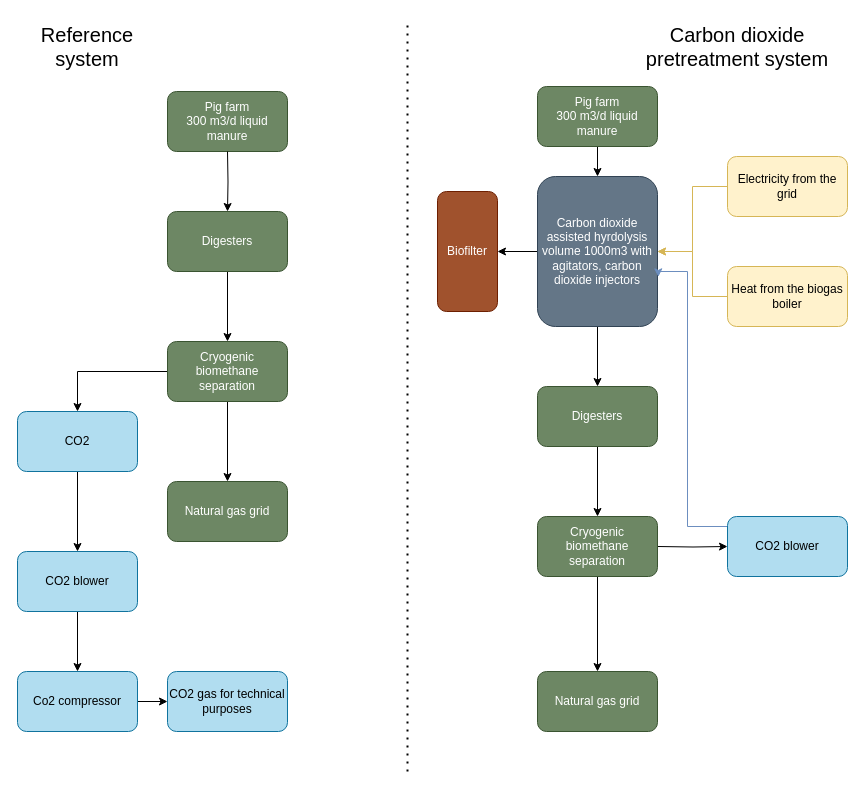
BroniusZ/fsfdfd keeps this draw.io diagram as Untitled Diagram.drawio. Above is the earlier version. Source tidied: cells renumbered, new cells numbered last; positions are measured from the earlier drawing's top-left corner, leaving out a move shared by most shapes. Both pictures are drawn from the tidied source at 100%, with x=0, y=0 at pixel (17, 21).
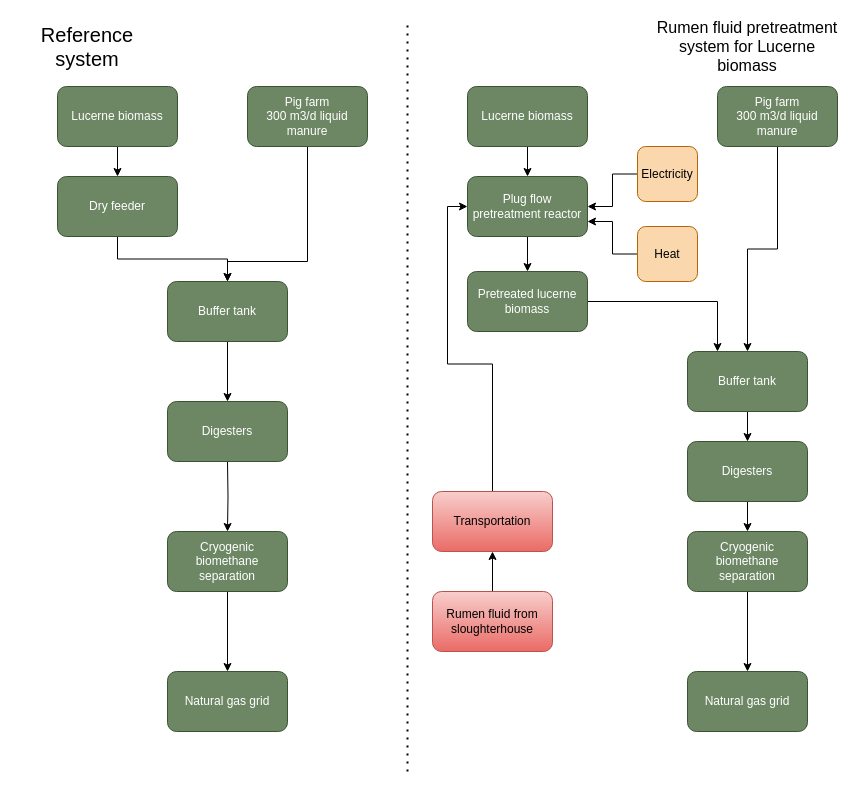
After the change.

Change to the diagram source:
```diff
@@
-    <mxCell id="2" style="edgeStyle=orthogonalEdgeStyle;rounded=0;jettySize=auto;html=1;" parent="1" edge="1" source="3" target="6">
-      <mxGeometry relative="1" as="geometry" />
-    </mxCell>
-    <mxCell id="3" value="Pig farm&lt;br&gt;300 m3/d liquid manure" style="rounded=1;whiteSpace=wrap;html=1;fillColor=#6d8764;fontColor=#ffffff;strokeColor=#3A5431;" parent="1" vertex="1">
-      <mxGeometry x="520" y="65" width="120" height="60" as="geometry" />
-    </mxCell>
-    <mxCell id="4" style="edgeStyle=orthogonalEdgeStyle;rounded=0;jettySize=auto;html=1;" parent="1" edge="1" source="6" target="8">
-      <mxGeometry relative="1" as="geometry" />
-    </mxCell>
-    <mxCell id="5" style="edgeStyle=orthogonalEdgeStyle;rounded=0;jettySize=auto;html=1;" parent="1" edge="1" source="6" target="19">
-      <mxGeometry relative="1" as="geometry" />
-    </mxCell>
-    <mxCell id="6" value="Carbon dioxide assisted hyrdolysis volume 1000m3 with agitators, carbon dioxide injectors" style="rounded=1;whiteSpace=wrap;html=1;fillColor=#647687;fontColor=#ffffff;strokeColor=#314354;" parent="1" vertex="1">
-      <mxGeometry x="520" y="155" width="120" height="150" as="geometry" />
-    </mxCell>
-    <mxCell id="7" style="edgeStyle=orthogonalEdgeStyle;rounded=0;jettySize=auto;html=1;" parent="1" edge="1" source="8" target="12">
-      <mxGeometry relative="1" as="geometry" />
-    </mxCell>
-    <mxCell id="8" value="Digesters" style="rounded=1;whiteSpace=wrap;html=1;fillColor=#6d8764;fontColor=#ffffff;strokeColor=#3A5431;" parent="1" vertex="1">
-      <mxGeometry x="520" y="365" width="120" height="60" as="geometry" />
-    </mxCell>
-    <mxCell id="9" style="edgeStyle=orthogonalEdgeStyle;rounded=0;jettySize=auto;html=1;entryX=1.007;entryY=0.669;entryDx=0;entryDy=0;fillColor=#dae8fc;strokeColor=#6c8ebf;entryPerimeter=0;exitX=0;exitY=0.75;exitDx=0;exitDy=0;" parent="1" edge="1" source="18" target="6">
-      <mxGeometry relative="1" as="geometry">
-        <Array as="points">
-          <mxPoint x="710" y="505" />
-          <mxPoint x="670" y="505" />
-          <mxPoint x="670" y="250" />
-          <mxPoint x="641" y="250" />
-        </Array>
-      </mxGeometry>
-    </mxCell>
-    <mxCell id="10" style="edgeStyle=orthogonalEdgeStyle;rounded=0;jettySize=auto;html=1;" parent="1" edge="1" source="12" target="13">
-      <mxGeometry relative="1" as="geometry" />
-    </mxCell>
-    <mxCell id="11" style="edgeStyle=orthogonalEdgeStyle;rounded=0;jettySize=auto;html=1;" parent="1" edge="1" target="18">
-      <mxGeometry relative="1" as="geometry">
-        <mxPoint x="640" y="525" as="sourcePoint" />
-      </mxGeometry>
-    </mxCell>
-    <mxCell id="12" value="Cryogenic biomethane separation" style="rounded=1;whiteSpace=wrap;html=1;fillColor=#6d8764;fontColor=#ffffff;strokeColor=#3A5431;" parent="1" vertex="1">
-      <mxGeometry x="520" y="495" width="120" height="60" as="geometry" />
-    </mxCell>
-    <mxCell id="13" value="Natural gas grid" style="whiteSpace=wrap;html=1;rounded=1;fillColor=#6d8764;fontColor=#ffffff;strokeColor=#3A5431;" parent="1" vertex="1">
-      <mxGeometry x="520" y="650" width="120" height="60" as="geometry" />
-    </mxCell>
-    <mxCell id="14" style="edgeStyle=orthogonalEdgeStyle;rounded=0;jettySize=auto;html=1;fillColor=#fff2cc;strokeColor=#d6b656;" parent="1" edge="1" source="15" target="6">
-      <mxGeometry relative="1" as="geometry" />
-    </mxCell>
-    <mxCell id="15" value="Electricity from the grid" style="whiteSpace=wrap;html=1;rounded=1;fillColor=#fff2cc;strokeColor=#d6b656;" parent="1" vertex="1">
-      <mxGeometry x="710" y="135" width="120" height="60" as="geometry" />
-    </mxCell>
-    <mxCell id="16" style="edgeStyle=orthogonalEdgeStyle;rounded=0;jettySize=auto;html=1;fillColor=#fff2cc;strokeColor=#d6b656;" parent="1" edge="1" source="17" target="6">
-      <mxGeometry relative="1" as="geometry" />
-    </mxCell>
-    <mxCell id="17" value="Heat from the biogas boiler" style="whiteSpace=wrap;html=1;rounded=1;fillColor=#fff2cc;strokeColor=#d6b656;" parent="1" vertex="1">
-      <mxGeometry x="710" y="245" width="120" height="60" as="geometry" />
-    </mxCell>
-    <mxCell id="18" value="CO2 blower" style="rounded=1;whiteSpace=wrap;html=1;fillColor=#b1ddf0;strokeColor=#10739e;" parent="1" vertex="1">
-      <mxGeometry x="710" y="495" width="120" height="60" as="geometry" />
-    </mxCell>
-    <mxCell id="19" value="Biofilter" style="rounded=1;whiteSpace=wrap;html=1;fillColor=#a0522d;fontColor=#ffffff;strokeColor=#6D1F00;" parent="1" vertex="1">
-      <mxGeometry x="420" y="170" width="60" height="120" as="geometry" />
-    </mxCell>
+    <mxCell id="38" style="edgeStyle=orthogonalEdgeStyle;rounded=0;jettySize=auto;html=1;entryX=0.5;entryY=0;entryDx=0;entryDy=0;" parent="1" edge="1" source="20" target="40">
+      <mxGeometry relative="1" as="geometry">
+        <Array as="points">
+          <mxPoint x="290" y="240" />
+          <mxPoint x="210" y="240" />
+        </Array>
+      </mxGeometry>
+    </mxCell>
     <mxCell id="20" value="Pig farm&lt;br&gt;300 m3/d liquid manure" style="rounded=1;whiteSpace=wrap;html=1;fillColor=#6d8764;fontColor=#ffffff;strokeColor=#3A5431;" parent="1" vertex="1">
-      <mxGeometry x="150" y="70" width="120" height="60" as="geometry" />
+      <mxGeometry x="230" y="65" width="120" height="60" as="geometry" />
     </mxCell>
-    <mxCell id="21" style="edgeStyle=orthogonalEdgeStyle;rounded=0;jettySize=auto;html=1;" parent="1" edge="1" target="23">
-      <mxGeometry relative="1" as="geometry">
-        <mxPoint x="210" y="130" as="sourcePoint" />
-      </mxGeometry>
-    </mxCell>
-    <mxCell id="22" style="edgeStyle=orthogonalEdgeStyle;rounded=0;jettySize=auto;html=1;" parent="1" edge="1" source="23" target="26">
-      <mxGeometry relative="1" as="geometry" />
+    <mxCell id="22" style="edgeStyle=orthogonalEdgeStyle;rounded=0;jettySize=auto;html=1;" parent="1" edge="1" target="26">
+      <mxGeometry relative="1" as="geometry">
+        <mxPoint x="210" y="440" as="sourcePoint" />
+      </mxGeometry>
     </mxCell>
     <mxCell id="23" value="Digesters" style="rounded=1;whiteSpace=wrap;html=1;fillColor=#6d8764;fontColor=#ffffff;strokeColor=#3A5431;" parent="1" vertex="1">
-      <mxGeometry x="150" y="190" width="120" height="60" as="geometry" />
+      <mxGeometry x="150" y="380" width="120" height="60" as="geometry" />
     </mxCell>
@@
-    <mxCell id="25" style="edgeStyle=orthogonalEdgeStyle;rounded=0;jettySize=auto;html=1;" parent="1" edge="1" source="26" target="32">
-      <mxGeometry relative="1" as="geometry" />
-    </mxCell>
     <mxCell id="26" value="Cryogenic biomethane separation" style="rounded=1;whiteSpace=wrap;html=1;fillColor=#6d8764;fontColor=#ffffff;strokeColor=#3A5431;" parent="1" vertex="1">
-      <mxGeometry x="150" y="320" width="120" height="60" as="geometry" />
+      <mxGeometry x="150" y="510" width="120" height="60" as="geometry" />
     </mxCell>
     <mxCell id="27" value="Natural gas grid" style="whiteSpace=wrap;html=1;rounded=1;fillColor=#6d8764;fontColor=#ffffff;strokeColor=#3A5431;" parent="1" vertex="1">
-      <mxGeometry x="150" y="460" width="120" height="60" as="geometry" />
+      <mxGeometry x="150" y="650" width="120" height="60" as="geometry" />
     </mxCell>
@@
-    <mxCell id="30" value="Carbon dioxide pretreatment system" style="text;html=1;strokeColor=none;fillColor=none;align=center;verticalAlign=middle;whiteSpace=wrap;rounded=0;fontSize=20;" parent="1" vertex="1">
-      <mxGeometry x="620" y="10" width="200" height="30" as="geometry" />
+    <mxCell id="30" value="Rumen fluid pretreatment system for Lucerne biomass&lt;br style=&quot;font-size: 16px;&quot;&gt;" style="text;html=1;strokeColor=none;fillColor=none;align=center;verticalAlign=middle;whiteSpace=wrap;rounded=0;fontSize=16;" parent="1" vertex="1">
+      <mxGeometry x="630" y="10" width="200" height="30" as="geometry" />
     </mxCell>
-    <mxCell id="31" style="edgeStyle=orthogonalEdgeStyle;rounded=0;jettySize=auto;html=1;" parent="1" edge="1" source="32" target="34">
-      <mxGeometry relative="1" as="geometry" />
-    </mxCell>
-    <mxCell id="32" value="CO2" style="whiteSpace=wrap;html=1;fillColor=#b1ddf0;strokeColor=#10739e;rounded=1;" parent="1" vertex="1">
-      <mxGeometry y="390" width="120" height="60" as="geometry" />
-    </mxCell>
-    <mxCell id="33" style="edgeStyle=orthogonalEdgeStyle;rounded=0;jettySize=auto;html=1;" parent="1" edge="1" source="34" target="36">
-      <mxGeometry relative="1" as="geometry" />
-    </mxCell>
-    <mxCell id="34" value="CO2 blower" style="whiteSpace=wrap;html=1;fillColor=#b1ddf0;strokeColor=#10739e;rounded=1;" parent="1" vertex="1">
-      <mxGeometry y="530" width="120" height="60" as="geometry" />
-    </mxCell>
-    <mxCell id="35" style="edgeStyle=orthogonalEdgeStyle;rounded=0;jettySize=auto;html=1;" parent="1" edge="1" source="36" target="37">
-      <mxGeometry relative="1" as="geometry" />
-    </mxCell>
-    <mxCell id="36" value="Co2 compressor" style="whiteSpace=wrap;html=1;fillColor=#b1ddf0;strokeColor=#10739e;rounded=1;" parent="1" vertex="1">
-      <mxGeometry y="650" width="120" height="60" as="geometry" />
-    </mxCell>
-    <mxCell id="37" value="CO2 gas for technical purposes" style="whiteSpace=wrap;html=1;fillColor=#b1ddf0;strokeColor=#10739e;rounded=1;" parent="1" vertex="1">
-      <mxGeometry x="150" y="650" width="120" height="60" as="geometry" />
-    </mxCell>
+    <mxCell id="39" style="edgeStyle=orthogonalEdgeStyle;rounded=0;jettySize=auto;html=1;" parent="1" edge="1" source="40" target="23">
+      <mxGeometry relative="1" as="geometry" />
+    </mxCell>
+    <mxCell id="40" value="Buffer tank" style="rounded=1;whiteSpace=wrap;html=1;fillColor=#6d8764;fontColor=#ffffff;strokeColor=#3A5431;" parent="1" vertex="1">
+      <mxGeometry x="150" y="260" width="120" height="60" as="geometry" />
+    </mxCell>
+    <mxCell id="41" style="edgeStyle=orthogonalEdgeStyle;rounded=0;jettySize=auto;html=1;" parent="1" edge="1" source="42" target="44">
+      <mxGeometry relative="1" as="geometry" />
+    </mxCell>
+    <mxCell id="42" value="Lucerne biomass" style="rounded=1;whiteSpace=wrap;html=1;fillColor=#6d8764;fontColor=#ffffff;strokeColor=#3A5431;" parent="1" vertex="1">
+      <mxGeometry x="40" y="65" width="120" height="60" as="geometry" />
+    </mxCell>
+    <mxCell id="43" style="edgeStyle=orthogonalEdgeStyle;rounded=0;jettySize=auto;html=1;exitX=0.5;exitY=1;exitDx=0;exitDy=0;entryX=0.5;entryY=0;entryDx=0;entryDy=0;" parent="1" edge="1" source="44" target="40">
+      <mxGeometry relative="1" as="geometry" />
+    </mxCell>
+    <mxCell id="44" value="Dry feeder" style="whiteSpace=wrap;html=1;fillColor=#6d8764;strokeColor=#3A5431;fontColor=#ffffff;rounded=1;" parent="1" vertex="1">
+      <mxGeometry x="40" y="155" width="120" height="60" as="geometry" />
+    </mxCell>
+    <mxCell id="45" style="edgeStyle=orthogonalEdgeStyle;rounded=0;jettySize=auto;html=1;exitX=0.5;exitY=1;exitDx=0;exitDy=0;" parent="1" edge="1" source="3" target="47">
+      <mxGeometry relative="1" as="geometry" />
+    </mxCell>
+    <mxCell id="3" value="Pig farm&lt;br&gt;300 m3/d liquid manure" style="rounded=1;whiteSpace=wrap;html=1;fillColor=#6d8764;fontColor=#ffffff;strokeColor=#3A5431;" parent="1" vertex="1">
+      <mxGeometry x="700" y="65" width="120" height="60" as="geometry" />
+    </mxCell>
+    <mxCell id="7" style="edgeStyle=orthogonalEdgeStyle;rounded=0;jettySize=auto;html=1;" parent="1" edge="1" source="8" target="12">
+      <mxGeometry relative="1" as="geometry" />
+    </mxCell>
+    <mxCell id="8" value="Digesters" style="rounded=1;whiteSpace=wrap;html=1;fillColor=#6d8764;fontColor=#ffffff;strokeColor=#3A5431;" parent="1" vertex="1">
+      <mxGeometry x="670" y="420" width="120" height="60" as="geometry" />
+    </mxCell>
+    <mxCell id="10" style="edgeStyle=orthogonalEdgeStyle;rounded=0;jettySize=auto;html=1;" parent="1" edge="1" source="12" target="13">
+      <mxGeometry relative="1" as="geometry" />
+    </mxCell>
+    <mxCell id="12" value="Cryogenic biomethane separation" style="rounded=1;whiteSpace=wrap;html=1;fillColor=#6d8764;fontColor=#ffffff;strokeColor=#3A5431;" parent="1" vertex="1">
+      <mxGeometry x="670" y="510" width="120" height="60" as="geometry" />
+    </mxCell>
+    <mxCell id="13" value="Natural gas grid" style="whiteSpace=wrap;html=1;rounded=1;fillColor=#6d8764;fontColor=#ffffff;strokeColor=#3A5431;" parent="1" vertex="1">
+      <mxGeometry x="670" y="650" width="120" height="60" as="geometry" />
+    </mxCell>
+    <mxCell id="46" style="edgeStyle=orthogonalEdgeStyle;rounded=0;jettySize=auto;html=1;" parent="1" edge="1" source="47" target="8">
+      <mxGeometry relative="1" as="geometry" />
+    </mxCell>
+    <mxCell id="47" value="Buffer tank" style="rounded=1;whiteSpace=wrap;html=1;fillColor=#6d8764;fontColor=#ffffff;strokeColor=#3A5431;" parent="1" vertex="1">
+      <mxGeometry x="670" y="330" width="120" height="60" as="geometry" />
+    </mxCell>
+    <mxCell id="48" style="edgeStyle=orthogonalEdgeStyle;rounded=0;jettySize=auto;html=1;" parent="1" edge="1" source="49" target="51">
+      <mxGeometry relative="1" as="geometry" />
+    </mxCell>
+    <mxCell id="49" value="Lucerne biomass" style="rounded=1;whiteSpace=wrap;html=1;fillColor=#6d8764;fontColor=#ffffff;strokeColor=#3A5431;" parent="1" vertex="1">
+      <mxGeometry x="450" y="65" width="120" height="60" as="geometry" />
+    </mxCell>
+    <mxCell id="50" style="edgeStyle=orthogonalEdgeStyle;rounded=0;jettySize=auto;html=1;" parent="1" edge="1" source="51" target="53">
+      <mxGeometry relative="1" as="geometry" />
+    </mxCell>
+    <mxCell id="51" value="Plug flow pretreatment reactor" style="whiteSpace=wrap;html=1;fillColor=#6d8764;strokeColor=#3A5431;fontColor=#ffffff;rounded=1;" parent="1" vertex="1">
+      <mxGeometry x="450" y="155" width="120" height="60" as="geometry" />
+    </mxCell>
+    <mxCell id="52" style="edgeStyle=orthogonalEdgeStyle;rounded=0;jettySize=auto;html=1;entryX=0.25;entryY=0;entryDx=0;entryDy=0;" parent="1" edge="1" source="53" target="47">
+      <mxGeometry relative="1" as="geometry" />
+    </mxCell>
+    <mxCell id="53" value="Pretreated lucerne biomass" style="whiteSpace=wrap;html=1;fillColor=#6d8764;strokeColor=#3A5431;fontColor=#ffffff;rounded=1;" parent="1" vertex="1">
+      <mxGeometry x="450" y="250" width="120" height="60" as="geometry" />
+    </mxCell>
+    <mxCell id="54" style="edgeStyle=orthogonalEdgeStyle;rounded=0;jettySize=auto;html=1;" parent="1" edge="1" source="55" target="51">
+      <mxGeometry relative="1" as="geometry" />
+    </mxCell>
+    <mxCell id="55" value="Electricity" style="whiteSpace=wrap;html=1;fillColor=#fad7ac;strokeColor=#b46504;rounded=1;" parent="1" vertex="1">
+      <mxGeometry x="620" y="125" width="60" height="55" as="geometry" />
+    </mxCell>
+    <mxCell id="56" style="edgeStyle=orthogonalEdgeStyle;rounded=0;jettySize=auto;html=1;entryX=1;entryY=0.75;entryDx=0;entryDy=0;" parent="1" edge="1" source="57" target="51">
+      <mxGeometry relative="1" as="geometry" />
+    </mxCell>
+    <mxCell id="57" value="Heat" style="whiteSpace=wrap;html=1;fillColor=#fad7ac;strokeColor=#b46504;rounded=1;" parent="1" vertex="1">
+      <mxGeometry x="620" y="205" width="60" height="55" as="geometry" />
+    </mxCell>
+    <mxCell id="58" style="edgeStyle=orthogonalEdgeStyle;rounded=0;jettySize=auto;html=1;exitX=0.5;exitY=0;exitDx=0;exitDy=0;entryX=0;entryY=0.5;entryDx=0;entryDy=0;" parent="1" edge="1" source="59" target="51">
+      <mxGeometry relative="1" as="geometry" />
+    </mxCell>
+    <mxCell id="59" value="Transportation" style="rounded=1;whiteSpace=wrap;html=1;fillColor=#f8cecc;gradientColor=#ea6b66;strokeColor=#b85450;" parent="1" vertex="1">
+      <mxGeometry x="415" y="470" width="120" height="60" as="geometry" />
+    </mxCell>
+    <mxCell id="60" style="edgeStyle=orthogonalEdgeStyle;rounded=0;jettySize=auto;html=1;" parent="1" edge="1" source="61" target="59">
+      <mxGeometry relative="1" as="geometry" />
+    </mxCell>
+    <mxCell id="61" value="Rumen fluid from sloughterhouse" style="rounded=1;whiteSpace=wrap;html=1;fillColor=#f8cecc;gradientColor=#ea6b66;strokeColor=#b85450;" parent="1" vertex="1">
+      <mxGeometry x="415" y="570" width="120" height="60" as="geometry" />
+    </mxCell>
```
